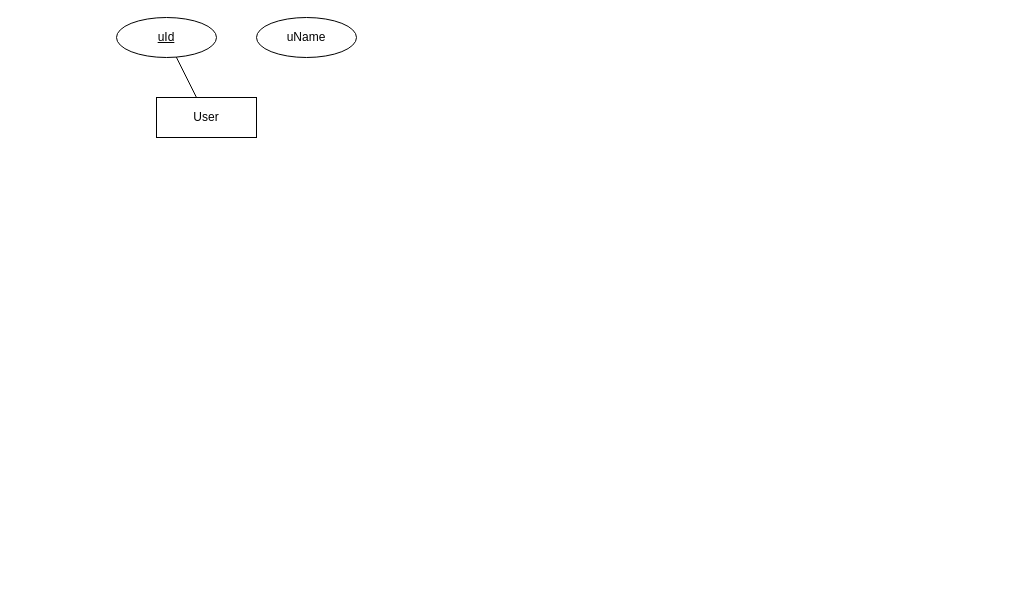
Earlier version of the draw.io diagram ERDiagram/Untitled Diagram.drawio (pratik-londhe4/DBMSmini). Source tidied: cells renumbered, new cells numbered last; positions are measured from the earlier drawing's top-left corner, leaving out a move shared by most shapes. Both pictures are drawn from the tidied source at 100%, with x=0, y=0 at pixel (116, 17).
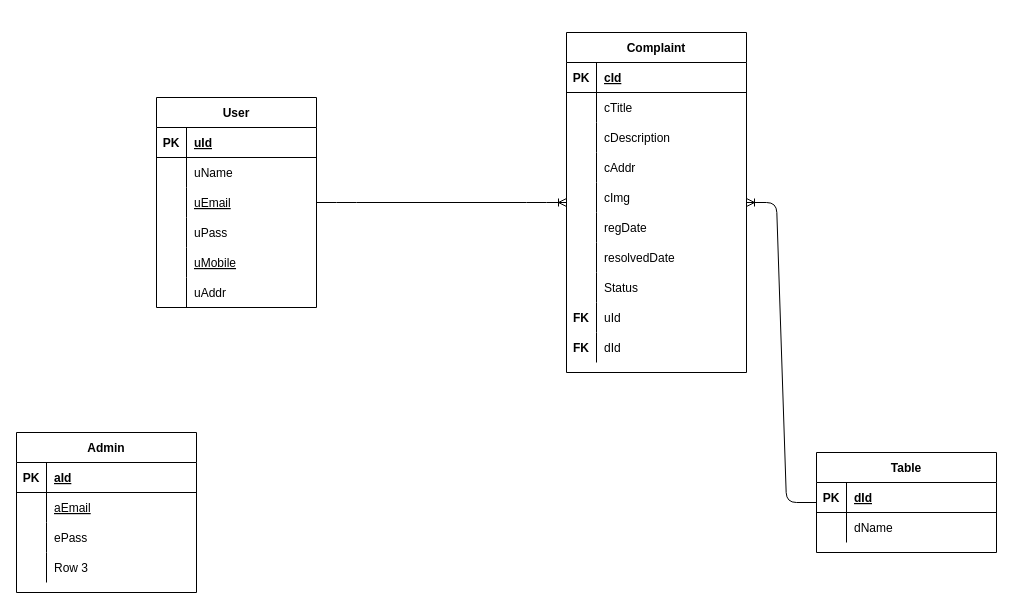
The same page after the edit.

What changed in the source:
```diff
@@
-    <mxCell id="2" value="User" style="whiteSpace=wrap;html=1;align=center;" parent="1" vertex="1">
-      <mxGeometry x="40" y="80" width="100" height="40" as="geometry" />
+    <mxCell id="2" value="User" style="shape=table;startSize=30;childLayout=tableLayout;rowLines=0;fontStyle=1;align=center;" parent="1" vertex="1">
+      <mxGeometry x="40" y="80" width="160" height="210" as="geometry" />
     </mxCell>
-    <mxCell id="3" value="uId" style="ellipse;whiteSpace=wrap;html=1;align=center;fontStyle=4;" parent="1" vertex="1">
-      <mxGeometry width="100" height="40" as="geometry" />
-    </mxCell>
-    <mxCell id="4" style="endArrow=none;html=1;rounded=0;" parent="1" edge="1" source="2" target="3">
-      <mxGeometry relative="1" as="geometry" />
-    </mxCell>
+    <mxCell id="6" style="shape=partialRectangle;fillColor=none;top=0;left=0;bottom=1;right=0;" parent="2" vertex="1">
+      <mxGeometry y="30" width="160" height="30" as="geometry" />
+    </mxCell>
+    <mxCell id="7" value="PK" style="shape=partialRectangle;fillColor=none;top=0;left=0;bottom=0;right=0;fontStyle=1;overflow=hidden;" parent="6" vertex="1">
+      <mxGeometry width="30" height="30" as="geometry" />
+    </mxCell>
+    <mxCell id="8" value="uId" style="shape=partialRectangle;fillColor=none;top=0;left=0;bottom=0;right=0;align=left;spacingLeft=6;fontStyle=5;overflow=hidden;" parent="6" vertex="1">
+      <mxGeometry x="30" width="130" height="30" as="geometry" />
+    </mxCell>
+    <mxCell id="9" style="shape=partialRectangle;fillColor=none;top=0;left=0;bottom=0;right=0;" parent="2" vertex="1">
+      <mxGeometry y="60" width="160" height="30" as="geometry" />
+    </mxCell>
+    <mxCell id="10" style="shape=partialRectangle;fillColor=none;top=0;left=0;bottom=0;right=0;overflow=hidden;" parent="9" vertex="1">
+      <mxGeometry width="30" height="30" as="geometry" />
+    </mxCell>
-    <mxCell id="5" value="uName" style="ellipse;whiteSpace=wrap;html=1;align=center;" parent="1" vertex="1">
-      <mxGeometry x="140" width="100" height="40" as="geometry" />
+    <mxCell id="5" value="uName" style="shape=partialRectangle;fillColor=none;top=0;left=0;bottom=0;right=0;align=left;spacingLeft=6;overflow=hidden;" parent="9" vertex="1">
+      <mxGeometry x="30" width="130" height="30" as="geometry" />
     </mxCell>
+    <mxCell id="11" style="shape=partialRectangle;fillColor=none;top=0;left=0;bottom=0;right=0;" parent="2" vertex="1">
+      <mxGeometry y="90" width="160" height="30" as="geometry" />
+    </mxCell>
+    <mxCell id="12" style="shape=partialRectangle;fillColor=none;top=0;left=0;bottom=0;right=0;overflow=hidden;" parent="11" vertex="1">
+      <mxGeometry width="30" height="30" as="geometry" />
+    </mxCell>
+    <mxCell id="13" value="uEmail" style="shape=partialRectangle;fillColor=none;top=0;left=0;bottom=0;right=0;align=left;spacingLeft=6;overflow=hidden;fontStyle=4;" parent="11" vertex="1">
+      <mxGeometry x="30" width="130" height="30" as="geometry" />
+    </mxCell>
+    <mxCell id="14" style="shape=partialRectangle;fillColor=none;top=0;left=0;bottom=0;right=0;" parent="2" vertex="1">
+      <mxGeometry y="120" width="160" height="30" as="geometry" />
+    </mxCell>
+    <mxCell id="15" style="shape=partialRectangle;fillColor=none;top=0;left=0;bottom=0;right=0;overflow=hidden;" parent="14" vertex="1">
+      <mxGeometry width="30" height="30" as="geometry" />
+    </mxCell>
+    <mxCell id="16" value="uPass" style="shape=partialRectangle;fillColor=none;top=0;left=0;bottom=0;right=0;align=left;spacingLeft=6;overflow=hidden;" parent="14" vertex="1">
+      <mxGeometry x="30" width="130" height="30" as="geometry" />
+    </mxCell>
+    <mxCell id="17" style="shape=partialRectangle;fillColor=none;top=0;left=0;bottom=0;right=0;" parent="2" vertex="1">
+      <mxGeometry y="150" width="160" height="30" as="geometry" />
+    </mxCell>
+    <mxCell id="18" style="shape=partialRectangle;fillColor=none;top=0;left=0;bottom=0;right=0;overflow=hidden;" parent="17" vertex="1">
+      <mxGeometry width="30" height="30" as="geometry" />
+    </mxCell>
+    <mxCell id="19" value="uMobile" style="shape=partialRectangle;fillColor=none;top=0;left=0;bottom=0;right=0;align=left;spacingLeft=6;overflow=hidden;fontStyle=4;" parent="17" vertex="1">
+      <mxGeometry x="30" width="130" height="30" as="geometry" />
+    </mxCell>
+    <mxCell id="20" style="shape=partialRectangle;fillColor=none;top=0;left=0;bottom=0;right=0;" parent="2" vertex="1">
+      <mxGeometry y="180" width="160" height="30" as="geometry" />
+    </mxCell>
+    <mxCell id="21" style="shape=partialRectangle;fillColor=none;top=0;left=0;bottom=0;right=0;overflow=hidden;" parent="20" vertex="1">
+      <mxGeometry width="30" height="30" as="geometry" />
+    </mxCell>
+    <mxCell id="22" value="uAddr" style="shape=partialRectangle;fillColor=none;top=0;left=0;bottom=0;right=0;align=left;spacingLeft=6;overflow=hidden;" parent="20" vertex="1">
+      <mxGeometry x="30" width="130" height="30" as="geometry" />
+    </mxCell>
+    <mxCell id="23" value="Table" style="shape=table;startSize=30;childLayout=tableLayout;rowLines=0;fontStyle=1;align=center;" parent="1" vertex="1">
+      <mxGeometry x="700" y="435" width="180" height="100" as="geometry" />
+    </mxCell>
+    <mxCell id="24" style="shape=partialRectangle;fillColor=none;top=0;left=0;bottom=1;right=0;" parent="23" vertex="1">
+      <mxGeometry y="30" width="180" height="30" as="geometry" />
+    </mxCell>
+    <mxCell id="25" value="PK" style="shape=partialRectangle;fillColor=none;top=0;left=0;bottom=0;right=0;fontStyle=1;overflow=hidden;" parent="24" vertex="1">
+      <mxGeometry width="30" height="30" as="geometry" />
+    </mxCell>
+    <mxCell id="26" value="dId" style="shape=partialRectangle;fillColor=none;top=0;left=0;bottom=0;right=0;align=left;spacingLeft=6;fontStyle=5;overflow=hidden;" parent="24" vertex="1">
+      <mxGeometry x="30" width="150" height="30" as="geometry" />
+    </mxCell>
+    <mxCell id="27" style="shape=partialRectangle;fillColor=none;top=0;left=0;bottom=0;right=0;" parent="23" vertex="1">
+      <mxGeometry y="60" width="180" height="30" as="geometry" />
+    </mxCell>
+    <mxCell id="28" style="shape=partialRectangle;fillColor=none;top=0;left=0;bottom=0;right=0;overflow=hidden;" parent="27" vertex="1">
+      <mxGeometry width="30" height="30" as="geometry" />
+    </mxCell>
+    <mxCell id="29" value="dName" style="shape=partialRectangle;fillColor=none;top=0;left=0;bottom=0;right=0;align=left;spacingLeft=6;overflow=hidden;" parent="27" vertex="1">
+      <mxGeometry x="30" width="150" height="30" as="geometry" />
+    </mxCell>
+    <mxCell id="30" value="Complaint" style="shape=table;startSize=30;childLayout=tableLayout;rowLines=0;fontStyle=1;align=center;labelBorderColor=none;" parent="1" vertex="1">
+      <mxGeometry x="450" y="15" width="180" height="340" as="geometry" />
+    </mxCell>
+    <mxCell id="31" style="shape=partialRectangle;fillColor=none;top=0;left=0;bottom=1;right=0;" parent="30" vertex="1">
+      <mxGeometry y="30" width="180" height="30" as="geometry" />
+    </mxCell>
+    <mxCell id="32" value="PK" style="shape=partialRectangle;fillColor=none;top=0;left=0;bottom=0;right=0;fontStyle=1;overflow=hidden;" parent="31" vertex="1">
+      <mxGeometry width="30" height="30" as="geometry" />
+    </mxCell>
+    <mxCell id="33" value="cId" style="shape=partialRectangle;fillColor=none;top=0;left=0;bottom=0;right=0;align=left;spacingLeft=6;fontStyle=5;overflow=hidden;" parent="31" vertex="1">
+      <mxGeometry x="30" width="150" height="30" as="geometry" />
+    </mxCell>
+    <mxCell id="34" style="shape=partialRectangle;fillColor=none;top=0;left=0;bottom=0;right=0;" parent="30" vertex="1">
+      <mxGeometry y="60" width="180" height="30" as="geometry" />
+    </mxCell>
+    <mxCell id="35" style="shape=partialRectangle;fillColor=none;top=0;left=0;bottom=0;right=0;overflow=hidden;" parent="34" vertex="1">
+      <mxGeometry width="30" height="30" as="geometry" />
+    </mxCell>
+    <mxCell id="36" value="cTitle" style="shape=partialRectangle;fillColor=none;top=0;left=0;bottom=0;right=0;align=left;spacingLeft=6;overflow=hidden;" parent="34" vertex="1">
+      <mxGeometry x="30" width="150" height="30" as="geometry" />
+    </mxCell>
+    <mxCell id="37" style="shape=partialRectangle;fillColor=none;top=0;left=0;bottom=0;right=0;" parent="30" vertex="1">
+      <mxGeometry y="90" width="180" height="30" as="geometry" />
+    </mxCell>
+    <mxCell id="38" style="shape=partialRectangle;fillColor=none;top=0;left=0;bottom=0;right=0;overflow=hidden;" parent="37" vertex="1">
+      <mxGeometry width="30" height="30" as="geometry" />
+    </mxCell>
+    <mxCell id="39" value="cDescription" style="shape=partialRectangle;fillColor=none;top=0;left=0;bottom=0;right=0;align=left;spacingLeft=6;overflow=hidden;labelBorderColor=none;" parent="37" vertex="1">
+      <mxGeometry x="30" width="150" height="30" as="geometry" />
+    </mxCell>
+    <mxCell id="40" style="shape=partialRectangle;fillColor=none;top=0;left=0;bottom=0;right=0;" parent="30" vertex="1">
+      <mxGeometry y="120" width="180" height="30" as="geometry" />
+    </mxCell>
+    <mxCell id="41" style="shape=partialRectangle;fillColor=none;top=0;left=0;bottom=0;right=0;overflow=hidden;" parent="40" vertex="1">
+      <mxGeometry width="30" height="30" as="geometry" />
+    </mxCell>
+    <mxCell id="42" value="cAddr" style="shape=partialRectangle;fillColor=none;top=0;left=0;bottom=0;right=0;align=left;spacingLeft=6;overflow=hidden;" parent="40" vertex="1">
+      <mxGeometry x="30" width="150" height="30" as="geometry" />
+    </mxCell>
+    <mxCell id="43" style="shape=partialRectangle;fillColor=none;top=0;left=0;bottom=0;right=0;" parent="30" vertex="1">
+      <mxGeometry y="150" width="180" height="30" as="geometry" />
+    </mxCell>
+    <mxCell id="44" style="shape=partialRectangle;fillColor=none;top=0;left=0;bottom=0;right=0;overflow=hidden;" parent="43" vertex="1">
+      <mxGeometry width="30" height="30" as="geometry" />
+    </mxCell>
+    <mxCell id="45" value="cImg" style="shape=partialRectangle;fillColor=none;top=0;left=0;bottom=0;right=0;align=left;spacingLeft=6;overflow=hidden;" parent="43" vertex="1">
+      <mxGeometry x="30" width="150" height="30" as="geometry" />
+    </mxCell>
+    <mxCell id="46" style="shape=partialRectangle;fillColor=none;top=0;left=0;bottom=0;right=0;" parent="30" vertex="1">
+      <mxGeometry y="180" width="180" height="30" as="geometry" />
+    </mxCell>
+    <mxCell id="47" style="shape=partialRectangle;fillColor=none;top=0;left=0;bottom=0;right=0;overflow=hidden;" parent="46" vertex="1">
+      <mxGeometry width="30" height="30" as="geometry" />
+    </mxCell>
+    <mxCell id="48" value="regDate" style="shape=partialRectangle;fillColor=none;top=0;left=0;bottom=0;right=0;align=left;spacingLeft=6;overflow=hidden;" parent="46" vertex="1">
+      <mxGeometry x="30" width="150" height="30" as="geometry" />
+    </mxCell>
+    <mxCell id="49" style="shape=partialRectangle;fillColor=none;top=0;left=0;bottom=0;right=0;" parent="30" vertex="1">
+      <mxGeometry y="210" width="180" height="30" as="geometry" />
+    </mxCell>
+    <mxCell id="50" style="shape=partialRectangle;fillColor=none;top=0;left=0;bottom=0;right=0;overflow=hidden;" parent="49" vertex="1">
+      <mxGeometry width="30" height="30" as="geometry" />
+    </mxCell>
+    <mxCell id="51" value="resolvedDate" style="shape=partialRectangle;fillColor=none;top=0;left=0;bottom=0;right=0;align=left;spacingLeft=6;overflow=hidden;" parent="49" vertex="1">
+      <mxGeometry x="30" width="150" height="30" as="geometry" />
+    </mxCell>
+    <mxCell id="52" style="shape=partialRectangle;fillColor=none;top=0;left=0;bottom=0;right=0;labelBorderColor=none;" parent="30" vertex="1">
+      <mxGeometry y="240" width="180" height="30" as="geometry" />
+    </mxCell>
+    <mxCell id="53" style="shape=partialRectangle;fillColor=none;top=0;left=0;bottom=0;right=0;overflow=hidden;" parent="52" vertex="1">
+      <mxGeometry width="30" height="30" as="geometry" />
+    </mxCell>
+    <mxCell id="54" value="Status" style="shape=partialRectangle;fillColor=none;top=0;left=0;bottom=0;right=0;align=left;spacingLeft=6;overflow=hidden;labelBorderColor=none;" parent="52" vertex="1">
+      <mxGeometry x="30" width="150" height="30" as="geometry" />
+    </mxCell>
+    <mxCell id="55" style="shape=partialRectangle;fillColor=none;top=0;left=0;bottom=0;right=0;" parent="30" vertex="1">
+      <mxGeometry y="270" width="180" height="30" as="geometry" />
+    </mxCell>
+    <mxCell id="56" value="FK" style="shape=partialRectangle;fillColor=none;top=0;left=0;bottom=0;right=0;overflow=hidden;fontStyle=1;" parent="55" vertex="1">
+      <mxGeometry width="30" height="30" as="geometry" />
+    </mxCell>
+    <mxCell id="57" value="uId" style="shape=partialRectangle;top=0;left=0;bottom=0;right=0;align=left;spacingLeft=6;overflow=hidden;fillColor=none;strokeWidth=1;opacity=0;" parent="55" vertex="1">
+      <mxGeometry x="30" width="150" height="30" as="geometry" />
+    </mxCell>
+    <mxCell id="58" style="shape=partialRectangle;fillColor=none;top=0;left=0;bottom=0;right=0;" parent="30" vertex="1">
+      <mxGeometry y="300" width="180" height="30" as="geometry" />
+    </mxCell>
+    <mxCell id="59" value="FK" style="shape=partialRectangle;fillColor=none;top=0;left=0;bottom=0;right=0;overflow=hidden;fontStyle=1;" parent="58" vertex="1">
+      <mxGeometry width="30" height="30" as="geometry" />
+    </mxCell>
+    <mxCell id="60" value="dId" style="shape=partialRectangle;fillColor=none;top=0;left=0;bottom=0;right=0;align=left;spacingLeft=6;overflow=hidden;" parent="58" vertex="1">
+      <mxGeometry x="30" width="150" height="30" as="geometry" />
+    </mxCell>
+    <mxCell id="61" style="edgeStyle=entityRelationEdgeStyle;fontSize=12;html=1;endArrow=ERoneToMany;" parent="1" edge="1" source="2" target="30">
+      <mxGeometry relative="1" as="geometry" />
+    </mxCell>
+    <mxCell id="62" style="edgeStyle=entityRelationEdgeStyle;fontSize=12;html=1;endArrow=ERoneToMany;" parent="1" edge="1" source="23" target="30">
+      <mxGeometry relative="1" as="geometry" />
+    </mxCell>
+    <mxCell id="63" value="Admin" style="shape=table;startSize=30;childLayout=tableLayout;rowLines=0;fontStyle=1;align=center;strokeColor=#000000;strokeWidth=1;fillColor=none;gradientColor=none;" parent="1" vertex="1">
+      <mxGeometry x="-100" y="415" width="180" height="160" as="geometry" />
+    </mxCell>
+    <mxCell id="64" style="shape=partialRectangle;fillColor=none;top=0;left=0;bottom=1;right=0;" parent="63" vertex="1">
+      <mxGeometry y="30" width="180" height="30" as="geometry" />
+    </mxCell>
+    <mxCell id="65" value="PK" style="shape=partialRectangle;fillColor=none;top=0;left=0;bottom=0;right=0;fontStyle=1;overflow=hidden;" parent="64" vertex="1">
+      <mxGeometry width="30" height="30" as="geometry" />
+    </mxCell>
+    <mxCell id="66" value="aId" style="shape=partialRectangle;fillColor=none;top=0;left=0;bottom=0;right=0;align=left;spacingLeft=6;fontStyle=5;overflow=hidden;" parent="64" vertex="1">
+      <mxGeometry x="30" width="150" height="30" as="geometry" />
+    </mxCell>
+    <mxCell id="67" style="shape=partialRectangle;fillColor=none;top=0;left=0;bottom=0;right=0;" parent="63" vertex="1">
+      <mxGeometry y="60" width="180" height="30" as="geometry" />
+    </mxCell>
+    <mxCell id="68" style="shape=partialRectangle;fillColor=none;top=0;left=0;bottom=0;right=0;overflow=hidden;" parent="67" vertex="1">
+      <mxGeometry width="30" height="30" as="geometry" />
+    </mxCell>
+    <mxCell id="69" value="aEmail" style="shape=partialRectangle;fillColor=none;top=0;left=0;bottom=0;right=0;align=left;spacingLeft=6;overflow=hidden;fontStyle=4;" parent="67" vertex="1">
+      <mxGeometry x="30" width="150" height="30" as="geometry" />
+    </mxCell>
+    <mxCell id="70" style="shape=partialRectangle;fillColor=none;top=0;left=0;bottom=0;right=0;" parent="63" vertex="1">
+      <mxGeometry y="90" width="180" height="30" as="geometry" />
+    </mxCell>
+    <mxCell id="71" style="shape=partialRectangle;fillColor=none;top=0;left=0;bottom=0;right=0;overflow=hidden;" parent="70" vertex="1">
+      <mxGeometry width="30" height="30" as="geometry" />
+    </mxCell>
+    <mxCell id="72" value="ePass" style="shape=partialRectangle;fillColor=none;top=0;left=0;bottom=0;right=0;align=left;spacingLeft=6;overflow=hidden;" parent="70" vertex="1">
+      <mxGeometry x="30" width="150" height="30" as="geometry" />
+    </mxCell>
+    <mxCell id="73" style="shape=partialRectangle;fillColor=none;top=0;left=0;bottom=0;right=0;" parent="63" vertex="1">
+      <mxGeometry y="120" width="180" height="30" as="geometry" />
+    </mxCell>
+    <mxCell id="74" style="shape=partialRectangle;fillColor=none;top=0;left=0;bottom=0;right=0;overflow=hidden;" parent="73" vertex="1">
+      <mxGeometry width="30" height="30" as="geometry" />
+    </mxCell>
+    <mxCell id="75" value="Row 3" style="shape=partialRectangle;fillColor=none;top=0;left=0;bottom=0;right=0;align=left;spacingLeft=6;overflow=hidden;" parent="73" vertex="1">
+      <mxGeometry x="30" width="150" height="30" as="geometry" />
+    </mxCell>
```
